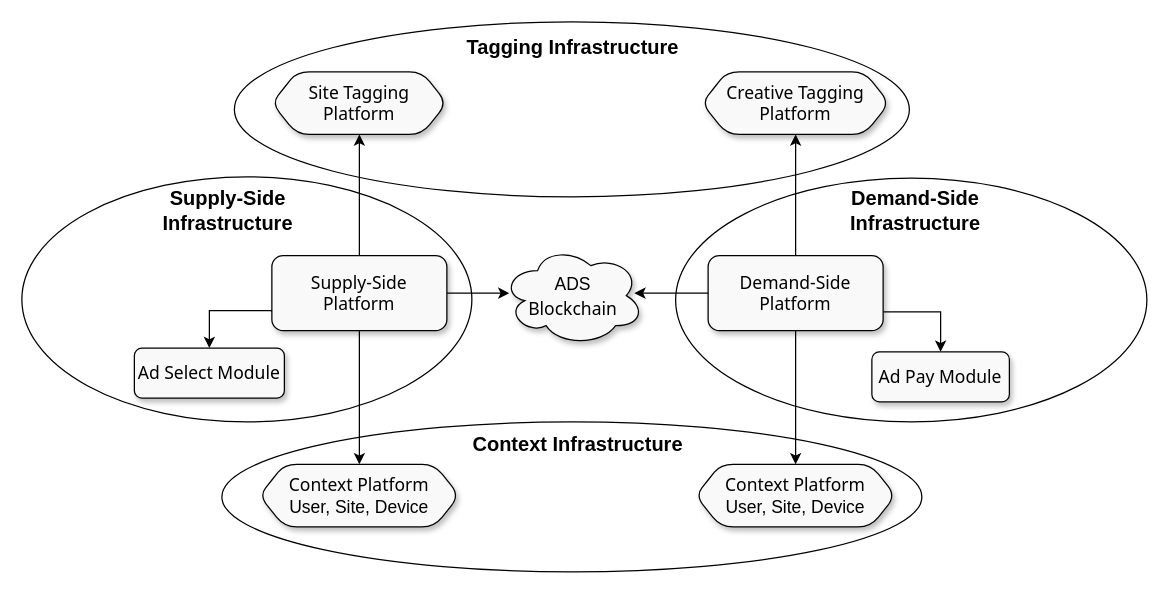
This is protocol/index.drawio from adshares/adshares-docs, a draw.io file, before an edit. Source tidied: cells renumbered, new cells numbered last; positions are measured from the earlier drawing's top-left corner, leaving out a move shared by most shapes. Both pictures are drawn from the tidied source at 125%, with x=0, y=0 at pixel (21, 21).
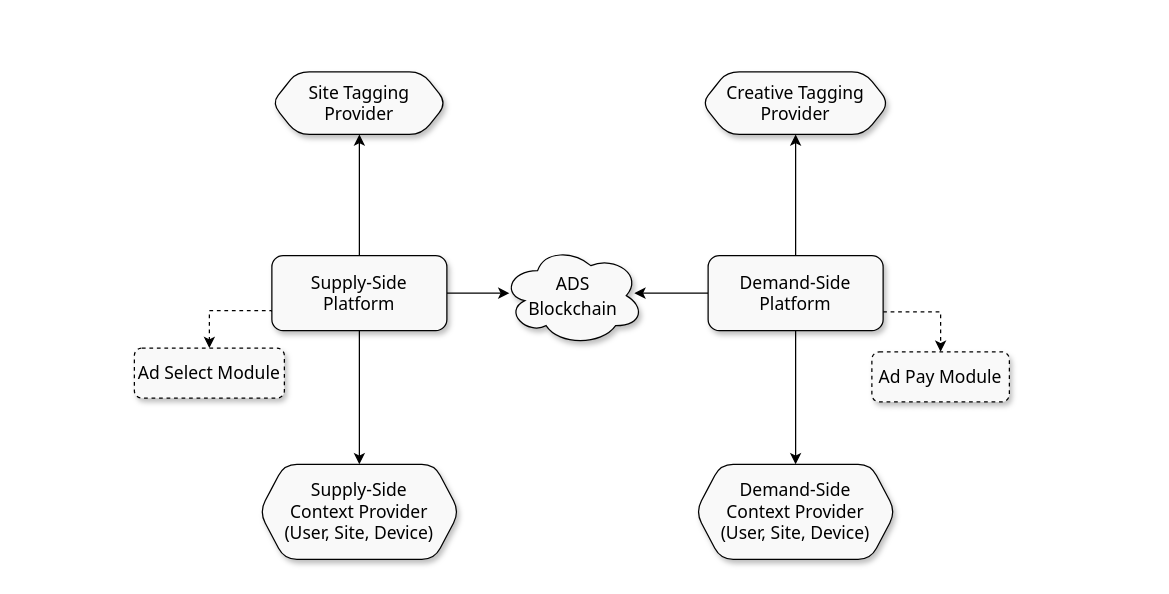
The same page after the edit.

The edit, as a diff of the source:
```diff
@@
-    <mxCell id="2" style="ellipse;whiteSpace=wrap;html=1;fontColor=#000000;fillColor=none;strokeColor=#000000;strokeWidth=1;shadow=0;" parent="1" vertex="1">
-      <mxGeometry x="160" y="320" width="560" height="120" as="geometry" />
-    </mxCell>
-    <mxCell id="3" style="ellipse;whiteSpace=wrap;html=1;fontColor=#000000;fillColor=none;strokeColor=#000000;strokeWidth=1;shadow=0;" parent="1" vertex="1">
-      <mxGeometry x="170" width="540" height="140" as="geometry" />
-    </mxCell>
@@
-    <mxCell id="5" style="ellipse;whiteSpace=wrap;html=1;fillColor=none;strokeColor=#000000;fontColor=#000000;strokeWidth=1;shadow=0;" parent="1" vertex="1">
-      <mxGeometry x="523" y="125" width="377" height="195" as="geometry" />
-    </mxCell>
-    <mxCell id="6" style="ellipse;whiteSpace=wrap;html=1;fillColor=none;strokeColor=#000000;shadow=0;strokeWidth=1;perimeterSpacing=4;fontColor=#000000;" parent="1" vertex="1">
-      <mxGeometry y="124" width="360" height="196" as="geometry" />
-    </mxCell>
@@
-    <mxCell id="8" style="edgeStyle=orthogonalEdgeStyle;rounded=0;jettySize=auto;html=1;entryX=0.5;entryY=0;entryDx=0;entryDy=0;exitX=0;exitY=0.75;exitDx=0;exitDy=0;fontColor=#000000;strokeColor=#000000;shadow=0;" parent="1" edge="1" source="11" target="18">
+    <mxCell id="8" style="edgeStyle=orthogonalEdgeStyle;rounded=0;jettySize=auto;html=1;entryX=0.5;entryY=0;entryDx=0;entryDy=0;exitX=0;exitY=0.75;exitDx=0;exitDy=0;fontColor=#000000;strokeColor=#000000;shadow=0;dashed=1;" parent="1" edge="1" source="11" target="18">
       <mxGeometry relative="1" as="geometry">
         <Array as="points">
           <mxPoint x="150" y="231" />
         </Array>
       </mxGeometry>
     </mxCell>
@@
-    <mxCell id="11" value="&lt;span style=&quot;font-family: &amp;quot;HCo Gotham&amp;quot;, system-ui, -apple-system, &amp;quot;Segoe UI&amp;quot;, Roboto, &amp;quot;Helvetica Neue&amp;quot;, Arial, &amp;quot;Noto Sans&amp;quot;, &amp;quot;Liberation Sans&amp;quot;, sans-serif, &amp;quot;Apple Color Emoji&amp;quot;, &amp;quot;Segoe UI Emoji&amp;quot;, &amp;quot;Segoe UI Symbol&amp;quot;, &amp;quot;Noto Color Emoji&amp;quot;; text-align: start;&quot;&gt;&lt;font style=&quot;font-size: 14px;&quot;&gt;Supply-Side &lt;br&gt;Platform&lt;/font&gt;&lt;/span&gt;" style="rounded=1;whiteSpace=wrap;html=1;shadow=1;glass=0;fontColor=#000000;strokeColor=#000000;fillColor=#F9F9F9;" parent="1" vertex="1">
+    <mxCell id="11" value="&lt;span style=&quot;text-align: start;&quot;&gt;&lt;font face=&quot;Tahoma&quot; style=&quot;font-size: 14px;&quot;&gt;Supply-Side &lt;br&gt;Platform&lt;/font&gt;&lt;/span&gt;" style="rounded=1;whiteSpace=wrap;html=1;shadow=1;glass=0;fontColor=#000000;strokeColor=#000000;fillColor=#F9F9F9;" parent="1" vertex="1">
       <mxGeometry x="200" y="187" width="140" height="60" as="geometry" />
     </mxCell>
@@
-    <mxCell id="13" style="edgeStyle=orthogonalEdgeStyle;rounded=0;jettySize=auto;html=1;exitX=1;exitY=0.75;exitDx=0;exitDy=0;fontColor=#000000;strokeColor=#000000;shadow=0;" parent="1" edge="1" source="15" target="19">
+    <mxCell id="13" style="edgeStyle=orthogonalEdgeStyle;rounded=0;jettySize=auto;html=1;exitX=1;exitY=0.75;exitDx=0;exitDy=0;fontColor=#000000;strokeColor=#000000;shadow=0;dashed=1;" parent="1" edge="1" source="15" target="19">
       <mxGeometry relative="1" as="geometry" />
     </mxCell>
@@
-    <mxCell id="15" value="&lt;span style=&quot;border-color: var(--border-color); font-family: &amp;quot;HCo Gotham&amp;quot;, system-ui, -apple-system, &amp;quot;Segoe UI&amp;quot;, Roboto, &amp;quot;Helvetica Neue&amp;quot;, Arial, &amp;quot;Noto Sans&amp;quot;, &amp;quot;Liberation Sans&amp;quot;, sans-serif, &amp;quot;Apple Color Emoji&amp;quot;, &amp;quot;Segoe UI Emoji&amp;quot;, &amp;quot;Segoe UI Symbol&amp;quot;, &amp;quot;Noto Color Emoji&amp;quot;; text-align: start;&quot;&gt;&lt;font style=&quot;border-color: var(--border-color); font-size: 14px;&quot;&gt;Demand-Side Platform&lt;/font&gt;&lt;/span&gt;" style="rounded=1;whiteSpace=wrap;html=1;fontColor=#000000;strokeColor=#000000;shadow=1;fillColor=#F9F9F9;" parent="1" vertex="1">
+    <mxCell id="15" value="&lt;span style=&quot;border-color: var(--border-color); text-align: start;&quot;&gt;&lt;font face=&quot;Tahoma&quot; style=&quot;border-color: var(--border-color); font-size: 14px;&quot;&gt;Demand-Side Platform&lt;/font&gt;&lt;/span&gt;" style="rounded=1;whiteSpace=wrap;html=1;fontColor=#000000;strokeColor=#000000;shadow=1;fillColor=#F9F9F9;" parent="1" vertex="1">
       <mxGeometry x="549" y="187" width="140" height="60" as="geometry" />
     </mxCell>
-    <mxCell id="16" value="&lt;span style=&quot;font-family: &amp;quot;HCo Gotham&amp;quot;, system-ui, -apple-system, &amp;quot;Segoe UI&amp;quot;, Roboto, &amp;quot;Helvetica Neue&amp;quot;, Arial, &amp;quot;Noto Sans&amp;quot;, &amp;quot;Liberation Sans&amp;quot;, sans-serif, &amp;quot;Apple Color Emoji&amp;quot;, &amp;quot;Segoe UI Emoji&amp;quot;, &amp;quot;Segoe UI Symbol&amp;quot;, &amp;quot;Noto Color Emoji&amp;quot;; text-align: start;&quot;&gt;&lt;font style=&quot;font-size: 14px;&quot;&gt;Creative Tagging Platform&lt;/font&gt;&lt;/span&gt;&lt;b&gt;&lt;br&gt;&lt;/b&gt;" style="shape=hexagon;perimeter=hexagonPerimeter2;whiteSpace=wrap;html=1;fixedSize=1;fontColor=#000000;strokeColor=#000000;shadow=1;fillColor=#F9F9F9;rounded=1;" parent="1" vertex="1">
+    <mxCell id="16" value="&lt;span style=&quot;text-align: start;&quot;&gt;&lt;font face=&quot;Tahoma&quot; style=&quot;font-size: 14px;&quot;&gt;Creative Tagging Provider&lt;/font&gt;&lt;/span&gt;&lt;b&gt;&lt;br&gt;&lt;/b&gt;" style="shape=hexagon;perimeter=hexagonPerimeter2;whiteSpace=wrap;html=1;fixedSize=1;fontColor=#000000;strokeColor=#000000;shadow=1;fillColor=#F9F9F9;rounded=1;" parent="1" vertex="1">
       <mxGeometry x="544" y="40" width="150" height="50" as="geometry" />
     </mxCell>
-    <mxCell id="17" value="&lt;span style=&quot;font-family: &amp;quot;HCo Gotham&amp;quot;, system-ui, -apple-system, &amp;quot;Segoe UI&amp;quot;, Roboto, &amp;quot;Helvetica Neue&amp;quot;, Arial, &amp;quot;Noto Sans&amp;quot;, &amp;quot;Liberation Sans&amp;quot;, sans-serif, &amp;quot;Apple Color Emoji&amp;quot;, &amp;quot;Segoe UI Emoji&amp;quot;, &amp;quot;Segoe UI Symbol&amp;quot;, &amp;quot;Noto Color Emoji&amp;quot;; text-align: start;&quot;&gt;&lt;font style=&quot;font-size: 14px;&quot;&gt;Site Tagging&lt;br&gt;Platform&lt;/font&gt;&lt;/span&gt;" style="shape=hexagon;perimeter=hexagonPerimeter2;whiteSpace=wrap;html=1;fixedSize=1;fontColor=#000000;strokeColor=#000000;shadow=1;fillColor=#F9F9F9;rounded=1;" parent="1" vertex="1">
+    <mxCell id="17" value="&lt;font face=&quot;Tahoma&quot;&gt;&lt;font style=&quot;font-size: 14px;&quot;&gt;Site Tagging&lt;br&gt;&lt;/font&gt;&lt;span style=&quot;font-size: 14px; text-align: start;&quot;&gt;Provider&lt;/span&gt;&lt;/font&gt;&lt;span style=&quot;font-family: &amp;quot;HCo Gotham&amp;quot;, system-ui, -apple-system, &amp;quot;Segoe UI&amp;quot;, Roboto, &amp;quot;Helvetica Neue&amp;quot;, Arial, &amp;quot;Noto Sans&amp;quot;, &amp;quot;Liberation Sans&amp;quot;, sans-serif, &amp;quot;Apple Color Emoji&amp;quot;, &amp;quot;Segoe UI Emoji&amp;quot;, &amp;quot;Segoe UI Symbol&amp;quot;, &amp;quot;Noto Color Emoji&amp;quot;; text-align: start;&quot;&gt;&lt;font style=&quot;font-size: 14px;&quot;&gt;&lt;br&gt;&lt;/font&gt;&lt;/span&gt;" style="shape=hexagon;perimeter=hexagonPerimeter2;whiteSpace=wrap;html=1;fixedSize=1;fontColor=#000000;strokeColor=#000000;shadow=1;fillColor=#F9F9F9;rounded=1;" parent="1" vertex="1">
       <mxGeometry x="200" y="40" width="140" height="50" as="geometry" />
     </mxCell>
-    <mxCell id="18" value="&lt;span style=&quot;border-color: var(--border-color); font-family: &amp;quot;HCo Gotham&amp;quot;, system-ui, -apple-system, &amp;quot;Segoe UI&amp;quot;, Roboto, &amp;quot;Helvetica Neue&amp;quot;, Arial, &amp;quot;Noto Sans&amp;quot;, &amp;quot;Liberation Sans&amp;quot;, sans-serif, &amp;quot;Apple Color Emoji&amp;quot;, &amp;quot;Segoe UI Emoji&amp;quot;, &amp;quot;Segoe UI Symbol&amp;quot;, &amp;quot;Noto Color Emoji&amp;quot;; text-align: start;&quot;&gt;&lt;font style=&quot;border-color: var(--border-color); font-size: 14px;&quot;&gt;Ad Select Module&lt;/font&gt;&lt;/span&gt;" style="rounded=1;whiteSpace=wrap;html=1;fontColor=#000000;strokeColor=#000000;shadow=1;fillColor=#F9F9F9;" parent="1" vertex="1">
+    <mxCell id="18" value="&lt;span style=&quot;border-color: var(--border-color); text-align: start;&quot;&gt;&lt;font face=&quot;Tahoma&quot; style=&quot;border-color: var(--border-color); font-size: 14px;&quot;&gt;Ad Select Module&lt;/font&gt;&lt;/span&gt;" style="rounded=1;whiteSpace=wrap;html=1;fontColor=#000000;strokeColor=#000000;shadow=1;fillColor=#F9F9F9;dashed=1;" parent="1" vertex="1">
       <mxGeometry x="90" y="261" width="120" height="40" as="geometry" />
     </mxCell>
-    <mxCell id="19" value="&lt;span style=&quot;border-color: var(--border-color); font-family: &amp;quot;HCo Gotham&amp;quot;, system-ui, -apple-system, &amp;quot;Segoe UI&amp;quot;, Roboto, &amp;quot;Helvetica Neue&amp;quot;, Arial, &amp;quot;Noto Sans&amp;quot;, &amp;quot;Liberation Sans&amp;quot;, sans-serif, &amp;quot;Apple Color Emoji&amp;quot;, &amp;quot;Segoe UI Emoji&amp;quot;, &amp;quot;Segoe UI Symbol&amp;quot;, &amp;quot;Noto Color Emoji&amp;quot;; text-align: start;&quot;&gt;&lt;font style=&quot;border-color: var(--border-color); font-size: 14px;&quot;&gt;Ad Pay Module&lt;/font&gt;&lt;/span&gt;" style="rounded=1;whiteSpace=wrap;html=1;fontColor=#000000;strokeColor=#000000;shadow=1;fillColor=#F9F9F9;" parent="1" vertex="1">
+    <mxCell id="19" value="&lt;span style=&quot;border-color: var(--border-color); text-align: start;&quot;&gt;&lt;font face=&quot;Tahoma&quot; style=&quot;border-color: var(--border-color); font-size: 14px;&quot;&gt;Ad Pay Module&lt;/font&gt;&lt;/span&gt;" style="rounded=1;whiteSpace=wrap;html=1;fontColor=#000000;strokeColor=#000000;shadow=1;fillColor=#F9F9F9;dashed=1;" parent="1" vertex="1">
       <mxGeometry x="680" y="264" width="110" height="40" as="geometry" />
     </mxCell>
-    <mxCell id="20" value="&lt;font style=&quot;font-size: 16px;&quot;&gt;Context Infrastructure&lt;/font&gt;" style="text;html=1;strokeColor=none;fillColor=none;align=center;verticalAlign=middle;whiteSpace=wrap;rounded=0;dashed=1;fontColor=#000000;shadow=0;fontStyle=1;" parent="1" vertex="1">
-      <mxGeometry x="345" y="328" width="200" height="20" as="geometry" />
-    </mxCell>
-    <mxCell id="21" value="&lt;font style=&quot;font-size: 16px;&quot;&gt;Tagging Infrastructure&lt;/font&gt;" style="text;html=1;strokeColor=none;fillColor=none;align=center;verticalAlign=middle;whiteSpace=wrap;rounded=0;dashed=1;fontColor=#000000;shadow=0;fontStyle=1;" parent="1" vertex="1">
-      <mxGeometry x="341" y="10" width="200" height="20" as="geometry" />
-    </mxCell>
-    <mxCell id="22" value="&lt;font style=&quot;font-size: 16px;&quot;&gt;Demand-Side Infrastructure&lt;/font&gt;" style="text;html=1;strokeColor=none;fillColor=none;align=center;verticalAlign=middle;whiteSpace=wrap;rounded=0;dashed=1;fontColor=#000000;shadow=0;fontStyle=1;" parent="1" vertex="1">
-      <mxGeometry x="635" y="141" width="160" height="20" as="geometry" />
-    </mxCell>
-    <mxCell id="23" value="&lt;font style=&quot;font-size: 16px;&quot;&gt;Supply-Side Infrastructure&lt;/font&gt;" style="text;html=1;strokeColor=none;fillColor=none;align=center;verticalAlign=middle;whiteSpace=wrap;rounded=0;dashed=1;fontColor=#000000;shadow=0;fontStyle=1;" parent="1" vertex="1">
-      <mxGeometry x="105" y="141" width="120" height="20" as="geometry" />
-    </mxCell>
-    <mxCell id="24" value="&lt;font style=&quot;font-size: 14px;&quot;&gt;&lt;font style=&quot;&quot;&gt;&lt;span style=&quot;font-family: &amp;quot;HCo Gotham&amp;quot;, system-ui, -apple-system, &amp;quot;Segoe UI&amp;quot;, Roboto, &amp;quot;Helvetica Neue&amp;quot;, Arial, &amp;quot;Noto Sans&amp;quot;, &amp;quot;Liberation Sans&amp;quot;, sans-serif, &amp;quot;Apple Color Emoji&amp;quot;, &amp;quot;Segoe UI Emoji&amp;quot;, &amp;quot;Segoe UI Symbol&amp;quot;, &amp;quot;Noto Color Emoji&amp;quot;; text-align: start;&quot;&gt;Context Platform&lt;br&gt;&lt;/span&gt;&lt;/font&gt;User, Site, Device&lt;/font&gt;" style="shape=hexagon;perimeter=hexagonPerimeter2;whiteSpace=wrap;html=1;fixedSize=1;fontColor=#000000;strokeColor=#000000;shadow=1;fillColor=#F9F9F9;rounded=1;" parent="1" vertex="1">
-      <mxGeometry x="190" y="354" width="160" height="50" as="geometry" />
+    <mxCell id="24" value="&lt;font face=&quot;Tahoma&quot; style=&quot;font-size: 14px;&quot;&gt;&lt;font style=&quot;&quot;&gt;Supply-Side Context&amp;nbsp;&lt;span style=&quot;text-align: start;&quot;&gt;Provider&lt;/span&gt;&lt;span style=&quot;text-align: start;&quot;&gt;&lt;br&gt;&lt;/span&gt;&lt;/font&gt;(User, Site, Device)&lt;/font&gt;" style="shape=hexagon;perimeter=hexagonPerimeter2;whiteSpace=wrap;html=1;fixedSize=1;fontColor=#000000;strokeColor=#000000;shadow=1;fillColor=#F9F9F9;rounded=1;" parent="1" vertex="1">
+      <mxGeometry x="190" y="354" width="160" height="76" as="geometry" />
     </mxCell>
-    <mxCell id="25" value="&lt;font style=&quot;font-size: 14px;&quot;&gt;&lt;font style=&quot;&quot;&gt;&lt;span style=&quot;font-family: &amp;quot;HCo Gotham&amp;quot;, system-ui, -apple-system, &amp;quot;Segoe UI&amp;quot;, Roboto, &amp;quot;Helvetica Neue&amp;quot;, Arial, &amp;quot;Noto Sans&amp;quot;, &amp;quot;Liberation Sans&amp;quot;, sans-serif, &amp;quot;Apple Color Emoji&amp;quot;, &amp;quot;Segoe UI Emoji&amp;quot;, &amp;quot;Segoe UI Symbol&amp;quot;, &amp;quot;Noto Color Emoji&amp;quot;; text-align: start;&quot;&gt;Context Platform&lt;br&gt;&lt;/span&gt;&lt;/font&gt;User, Site, Device&lt;/font&gt;" style="shape=hexagon;perimeter=hexagonPerimeter2;whiteSpace=wrap;html=1;fixedSize=1;fontColor=#000000;strokeColor=#000000;shadow=1;fillColor=#F9F9F9;rounded=1;" parent="1" vertex="1">
-      <mxGeometry x="539" y="354" width="160" height="50" as="geometry" />
+    <mxCell id="25" value="&lt;font face=&quot;Tahoma&quot; style=&quot;font-size: 14px;&quot;&gt;&lt;font style=&quot;&quot;&gt;Demand-Side Context&amp;nbsp;&lt;span style=&quot;text-align: start;&quot;&gt;Provider&lt;/span&gt;&lt;span style=&quot;text-align: start;&quot;&gt;&lt;br&gt;&lt;/span&gt;&lt;/font&gt;(User, Site, Device)&lt;/font&gt;" style="shape=hexagon;perimeter=hexagonPerimeter2;whiteSpace=wrap;html=1;fixedSize=1;fontColor=#000000;strokeColor=#000000;shadow=1;fillColor=#F9F9F9;rounded=1;" parent="1" vertex="1">
+      <mxGeometry x="539" y="354" width="160" height="76" as="geometry" />
     </mxCell>
-    <mxCell id="26" value="&lt;font style=&quot;font-size: 14px;&quot; color=&quot;#000000&quot;&gt;ADS&lt;br style=&quot;border-color: var(--border-color); font-family: &amp;quot;HCo Gotham&amp;quot;, system-ui, -apple-system, &amp;quot;Segoe UI&amp;quot;, Roboto, &amp;quot;Helvetica Neue&amp;quot;, Arial, &amp;quot;Noto Sans&amp;quot;, &amp;quot;Liberation Sans&amp;quot;, sans-serif, &amp;quot;Apple Color Emoji&amp;quot;, &amp;quot;Segoe UI Emoji&amp;quot;, &amp;quot;Segoe UI Symbol&amp;quot;, &amp;quot;Noto Color Emoji&amp;quot;; text-align: start;&quot;&gt;&lt;span style=&quot;font-family: &amp;quot;HCo Gotham&amp;quot;, system-ui, -apple-system, &amp;quot;Segoe UI&amp;quot;, Roboto, &amp;quot;Helvetica Neue&amp;quot;, Arial, &amp;quot;Noto Sans&amp;quot;, &amp;quot;Liberation Sans&amp;quot;, sans-serif, &amp;quot;Apple Color Emoji&amp;quot;, &amp;quot;Segoe UI Emoji&amp;quot;, &amp;quot;Segoe UI Symbol&amp;quot;, &amp;quot;Noto Color Emoji&amp;quot;; text-align: start;&quot;&gt;Blockchain&lt;/span&gt;&lt;/font&gt;" style="ellipse;shape=cloud;whiteSpace=wrap;html=1;rounded=1;shadow=1;fontSize=16;fontColor=#999999;fillColor=#F9F9F9;" parent="1" vertex="1">
+    <mxCell id="26" value="&lt;font face=&quot;Tahoma&quot; style=&quot;font-size: 14px;&quot; color=&quot;#000000&quot;&gt;ADS&lt;br style=&quot;border-color: var(--border-color); text-align: start;&quot;&gt;&lt;span style=&quot;text-align: start;&quot;&gt;Blockchain&lt;/span&gt;&lt;/font&gt;" style="ellipse;shape=cloud;whiteSpace=wrap;html=1;rounded=1;shadow=1;fontSize=16;fontColor=#999999;fillColor=#F9F9F9;" parent="1" vertex="1">
       <mxGeometry x="384.2" y="179" width="113.5" height="80" as="geometry" />
     </mxCell>
```
